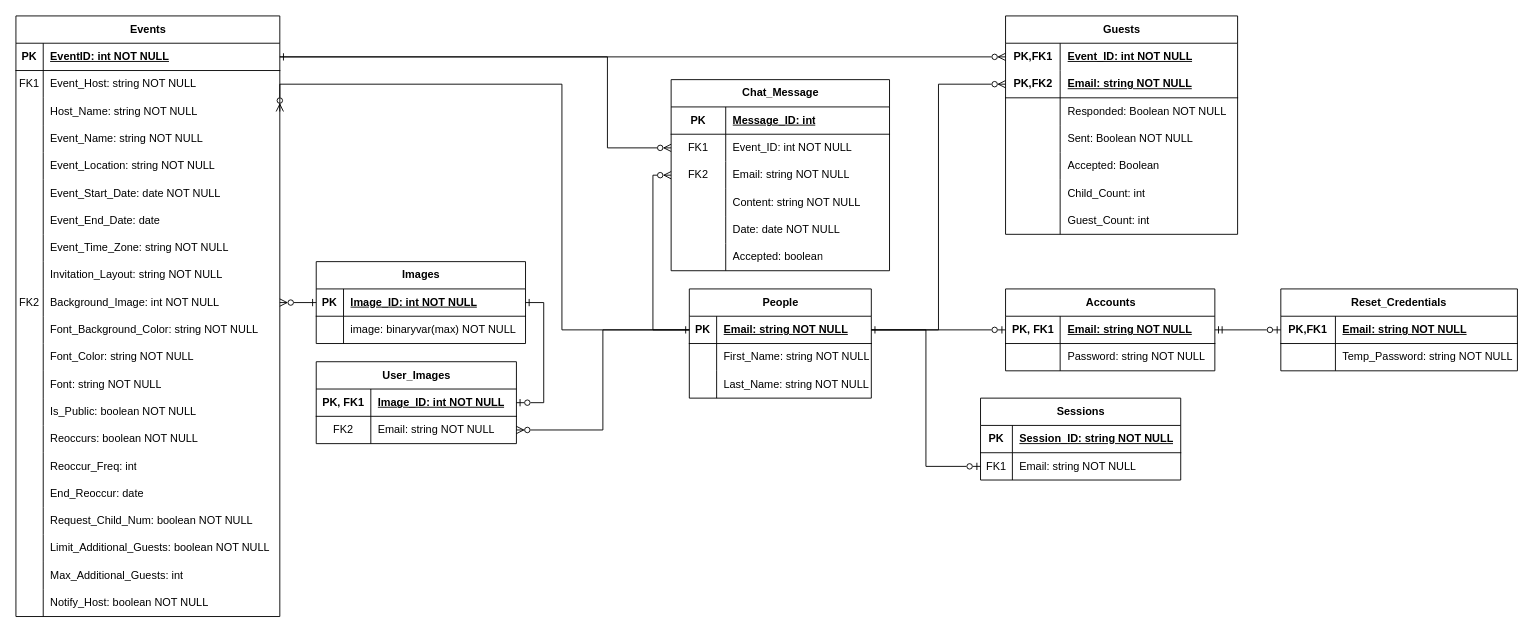
Earlier version of the draw.io diagram Documents/AllEventlyERD.drawio (plewis10apsu/AllEvently). Source tidied: cells renumbered, new cells numbered last; positions are measured from the earlier drawing's top-left corner, leaving out a move shared by most shapes. Both pictures are drawn from the tidied source at 91%, with x=0, y=0 at pixel (15, 15).
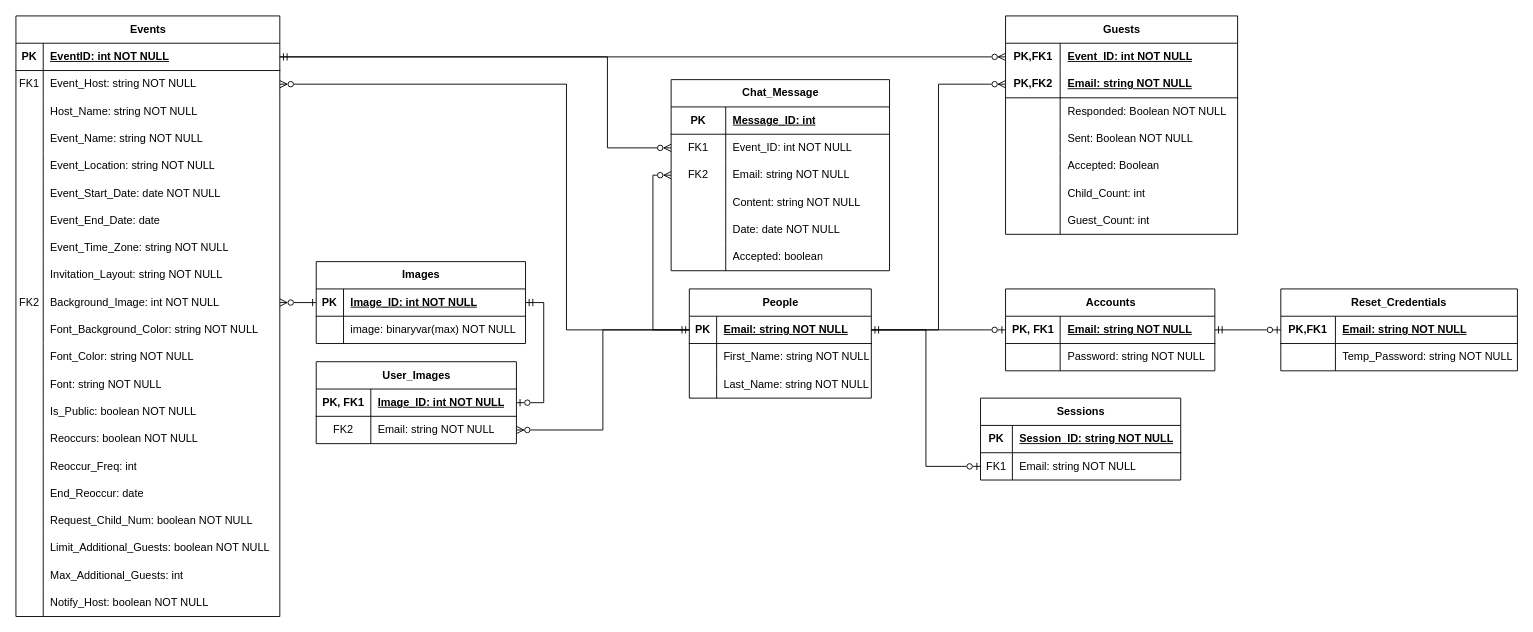
The same page after the edit.

Commit message (it also covers changes not shown here):
Update ERD and Class diagram

Unchanged cells that the change refers to:
```xml
<mxCell id="3" style="shape=tableRow;horizontal=0;startSize=0;swimlaneHead=0;swimlaneBody=0;fillColor=none;points=[[0,0.5],[1,0.5]];portConstraint=eastwest;top=0;left=0;right=0;bottom=1;" parent="2" vertex="1">
  <mxGeometry y="30" width="290" height="30" as="geometry" />
</mxCell>
<mxCell id="6" style="shape=tableRow;horizontal=0;startSize=0;swimlaneHead=0;swimlaneBody=0;fillColor=none;points=[[0,0.5],[1,0.5]];portConstraint=eastwest;top=0;left=0;right=0;bottom=0;" parent="2" vertex="1">
  <mxGeometry y="60" width="290" height="30" as="geometry" />
</mxCell>
<mxCell id="9" style="shape=tableRow;horizontal=0;startSize=0;swimlaneHead=0;swimlaneBody=0;fillColor=none;points=[[0,0.5],[1,0.5]];portConstraint=eastwest;top=0;left=0;right=0;bottom=0;" parent="2" vertex="1">
  <mxGeometry y="90" width="290" height="30" as="geometry" />
</mxCell>
<mxCell id="67" style="shape=tableRow;horizontal=0;startSize=0;swimlaneHead=0;swimlaneBody=0;fillColor=none;points=[[0,0.5],[1,0.5]];portConstraint=eastwest;top=0;left=0;right=0;bottom=1;" parent="66" vertex="1">
  <mxGeometry y="30" width="200" height="30" as="geometry" />
</mxCell>
<mxCell id="77" style="shape=tableRow;horizontal=0;startSize=0;swimlaneHead=0;swimlaneBody=0;fillColor=none;points=[[0,0.5],[1,0.5]];portConstraint=eastwest;top=0;left=0;right=0;bottom=0;html=1;" parent="76" vertex="1">
  <mxGeometry y="30" width="255" height="30" as="geometry" />
</mxCell>
<mxCell id="101" value="Accounts" style="shape=table;startSize=30;childLayout=tableLayout;rowLines=0;fontStyle=1;align=center;html=1;" parent="1" vertex="1">
  <mxGeometry x="1087.5" y="300" width="230" height="90" as="geometry" />
</mxCell>
<mxCell id="139" style="shape=tableRow;horizontal=0;startSize=0;swimlaneHead=0;swimlaneBody=0;fillColor=none;points=[[0,0.5],[1,0.5]];portConstraint=eastwest;top=0;left=0;right=0;bottom=1;" parent="138" vertex="1">
  <mxGeometry y="30" width="230" height="30" as="geometry" />
</mxCell>
<mxCell id="146" style="shape=tableRow;horizontal=0;startSize=0;swimlaneHead=0;swimlaneBody=0;fillColor=none;points=[[0,0.5],[1,0.5]];portConstraint=eastwest;top=0;left=0;right=0;bottom=1;" parent="145" vertex="1">
  <mxGeometry y="30" width="220" height="30" as="geometry" />
</mxCell>
```

What changed in the source:
```diff
@@
-    <mxCell id="98" style="edgeStyle=orthogonalEdgeStyle;rounded=0;jettySize=auto;html=1;exitX=1;exitY=0.5;exitDx=0;exitDy=0;entryX=0;entryY=0.5;entryDx=0;entryDy=0;endArrow=ERzeroToMany;endFill=0;startArrow=ERone;startFill=0;" parent="1" edge="1" source="3" target="77">
+    <mxCell id="98" style="edgeStyle=orthogonalEdgeStyle;rounded=0;jettySize=auto;html=1;exitX=1;exitY=0.5;exitDx=0;exitDy=0;entryX=0;entryY=0.5;entryDx=0;entryDy=0;endArrow=ERzeroToMany;endFill=0;startArrow=ERmandOne;startFill=0;" parent="1" edge="1" source="3" target="77">
       <mxGeometry relative="1" as="geometry" />
     </mxCell>
-    <mxCell id="99" style="edgeStyle=orthogonalEdgeStyle;rounded=0;jettySize=auto;html=1;exitX=0;exitY=0.5;exitDx=0;exitDy=0;entryX=1;entryY=0.5;entryDx=0;entryDy=0;startArrow=ERone;startFill=0;endArrow=ERzeroToMany;endFill=0;" parent="1" edge="1" source="67" target="9">
-      <mxGeometry relative="1" as="geometry">
-        <Array as="points">
-          <mxPoint x="600" y="345" />
-          <mxPoint x="600" y="75" />
-        </Array>
-      </mxGeometry>
-    </mxCell>
@@
-    <mxCell id="108" style="edgeStyle=orthogonalEdgeStyle;rounded=0;jettySize=auto;html=1;exitX=1;exitY=0.5;exitDx=0;exitDy=0;entryX=0;entryY=0.5;entryDx=0;entryDy=0;startArrow=ERone;startFill=0;endArrow=ERzeroToOne;endFill=0;" parent="1" edge="1" source="67" target="101">
+    <mxCell id="108" style="edgeStyle=orthogonalEdgeStyle;rounded=0;jettySize=auto;html=1;exitX=1;exitY=0.5;exitDx=0;exitDy=0;entryX=0;entryY=0.5;entryDx=0;entryDy=0;startArrow=ERmandOne;startFill=0;endArrow=ERzeroToOne;endFill=0;" parent="1" edge="1" source="67" target="101">
       <mxGeometry relative="1" as="geometry" />
     </mxCell>
@@
-    <mxCell id="154" style="edgeStyle=orthogonalEdgeStyle;rounded=0;jettySize=auto;html=1;exitX=1;exitY=0.5;exitDx=0;exitDy=0;entryX=1;entryY=0.5;entryDx=0;entryDy=0;endArrow=ERzeroToOne;endFill=0;startArrow=ERone;startFill=0;" parent="1" edge="1" source="139" target="146">
+    <mxCell id="154" style="edgeStyle=orthogonalEdgeStyle;rounded=0;jettySize=auto;html=1;exitX=1;exitY=0.5;exitDx=0;exitDy=0;entryX=1;entryY=0.5;entryDx=0;entryDy=0;endArrow=ERzeroToOne;endFill=0;startArrow=ERmandOne;startFill=0;" parent="1" edge="1" source="139" target="146">
       <mxGeometry relative="1" as="geometry" />
     </mxCell>
@@
+    <mxCell id="163" style="edgeStyle=orthogonalEdgeStyle;rounded=0;jettySize=auto;html=1;exitX=0;exitY=0.5;exitDx=0;exitDy=0;entryX=1;entryY=0.5;entryDx=0;entryDy=0;startArrow=ERmandOne;startFill=0;endArrow=ERzeroToMany;endFill=0;" parent="1" edge="1" source="67" target="6">
+      <mxGeometry relative="1" as="geometry">
+        <Array as="points">
+          <mxPoint x="605" y="345" />
+          <mxPoint x="605" y="75" />
+        </Array>
+      </mxGeometry>
+    </mxCell>
```
